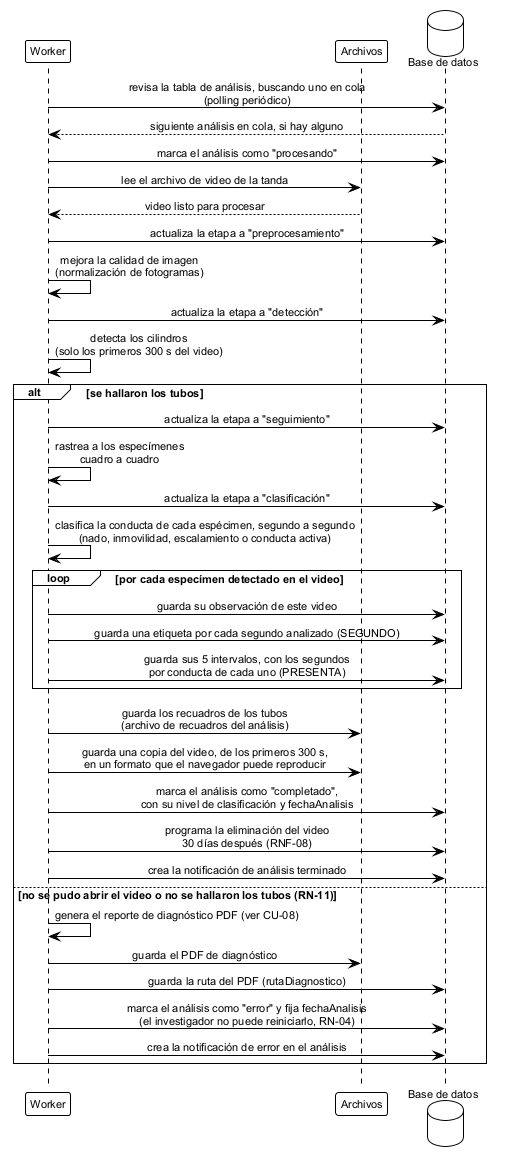
Before: figures/mermaid/seq_analisis_automatico.png, a diagram exported from PlantUML (ErickJester/fst-ai-system-latex).
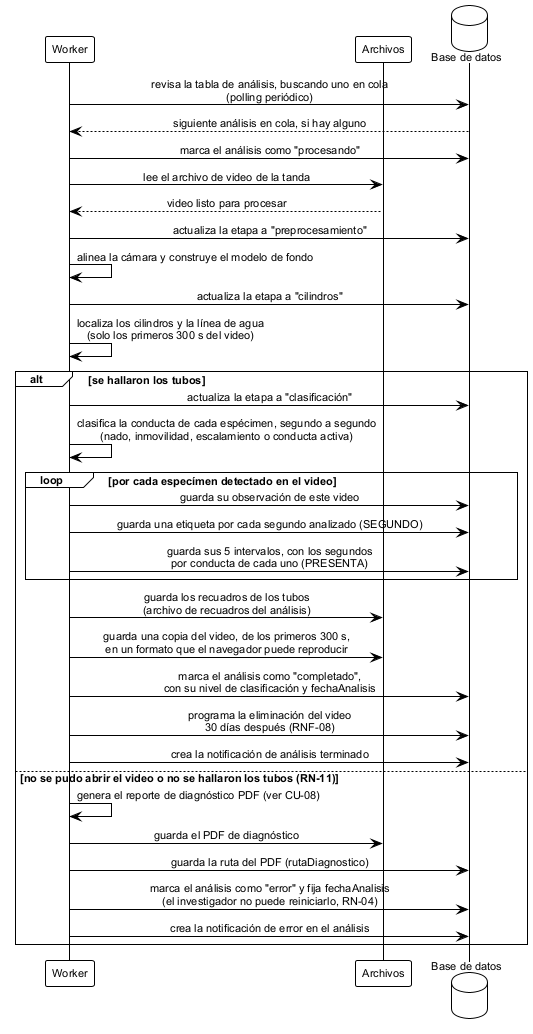
The same diagram one commit later.

What changed in the source:
```diff
@@ -19,15 +19,12 @@
 fs --> w: video listo para procesar
 
 w -> db: actualiza la etapa a "preprocesamiento"
-w -> w: mejora la calidad de imagen\n(normalización de fotogramas)
+w -> w: alinea la cámara y construye el modelo de fondo
 
-w -> db: actualiza la etapa a "detección"
-w -> w: detecta los cilindros\n(solo los primeros 300 s del video)
+w -> db: actualiza la etapa a "cilindros"
+w -> w: localiza los cilindros y la línea de agua\n(solo los primeros 300 s del video)
 
 alt se hallaron los tubos
-  w -> db: actualiza la etapa a "seguimiento"
-  w -> w: rastrea a los especímenes\ncuadro a cuadro
-
   w -> db: actualiza la etapa a "clasificación"
   w -> w: clasifica la conducta de cada espécimen, segundo a segundo\n(nado, inmovilidad, escalamiento o conducta activa)
 
```
